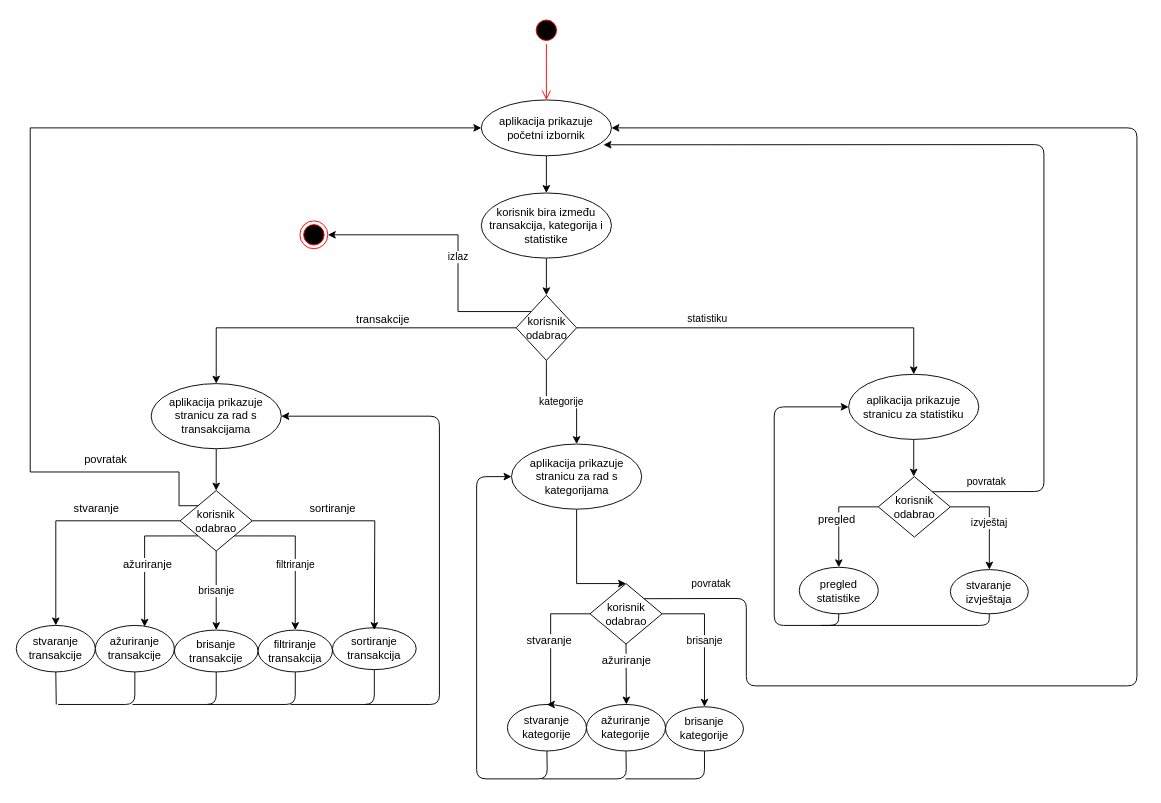
Earlier version of the draw.io diagram page "Aktivnosti" (2 of 4) of doc/aplikacija.drawio (avucak/upi_20_budget). Source tidied: cells renumbered, new cells numbered last; positions are measured from the earlier drawing's top-left corner, leaving out a move shared by most shapes. Both pictures are drawn from the tidied source at 93%, with x=0, y=0 at pixel (-26, 16).
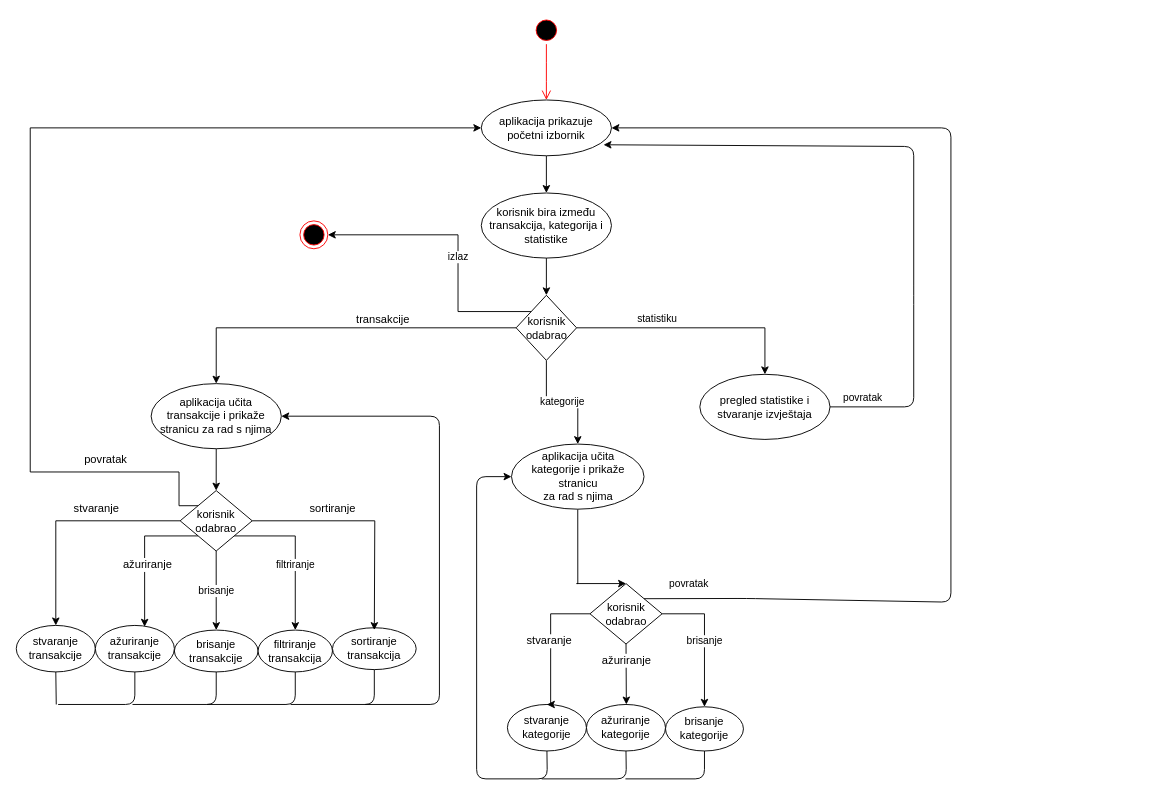
Above is the later version.

The change refers to these unchanged cells:
```xml
<mxCell id="6" value="aplikacija prikazuje početni izbornik" style="ellipse;whiteSpace=wrap;html=1;" parent="1" vertex="1">
  <mxGeometry x="545" y="90" width="140" height="60" as="geometry" />
</mxCell>
<mxCell id="49" value="korisnik&lt;br&gt;odabrao" style="rhombus;whiteSpace=wrap;html=1;" parent="1" vertex="1">
  <mxGeometry x="661.9" y="610" width="77.5" height="65" as="geometry" />
</mxCell>
```

What changed in the source:
```diff
@@
-    <mxCell id="18" value="aplikacija prikazuje stranicu za rad s transakcijama" style="ellipse;whiteSpace=wrap;html=1;" parent="1" vertex="1">
+    <mxCell id="18" value="aplikacija učita transakcije i prikaže stranicu za rad s njima" style="ellipse;whiteSpace=wrap;html=1;" parent="1" vertex="1">
       <mxGeometry x="190" y="395" width="140" height="70" as="geometry" />
     </mxCell>
@@
-    <mxCell id="20" value="aplikacija prikazuje stranicu za rad s kategorijama" style="ellipse;whiteSpace=wrap;html=1;" parent="1" vertex="1">
-      <mxGeometry x="577.5" y="460" width="140" height="70" as="geometry" />
+    <mxCell id="20" value="aplikacija učita &lt;br&gt;kategorije i&amp;nbsp;prikaže stranicu &lt;br&gt;za rad s njima" style="ellipse;whiteSpace=wrap;html=1;" parent="1" vertex="1">
+      <mxGeometry x="577.5" y="460" width="142.5" height="70" as="geometry" />
     </mxCell>
-    <mxCell id="21" style="edgeStyle=elbowEdgeStyle;rounded=0;jettySize=auto;html=1;exitX=0.5;exitY=1;exitDx=0;exitDy=0;entryX=0.5;entryY=0;entryDx=0;entryDy=0;" parent="1" edge="1" source="22" target="56">
-      <mxGeometry relative="1" as="geometry" />
-    </mxCell>
-    <mxCell id="22" value="aplikacija prikazuje stranicu za statistiku" style="ellipse;whiteSpace=wrap;html=1;" parent="1" vertex="1">
-      <mxGeometry x="940" y="385" width="140" height="70" as="geometry" />
+    <mxCell id="22" value="&lt;span style=&quot;white-space: normal&quot;&gt;pregled statistike i stvaranje izvještaja&lt;/span&gt;" style="ellipse;whiteSpace=wrap;html=1;" parent="1" vertex="1">
+      <mxGeometry x="780" y="385" width="140" height="70" as="geometry" />
     </mxCell>
@@
-    <mxCell id="52" value="pregled statistike" style="ellipse;whiteSpace=wrap;html=1;" parent="1" vertex="1">
-      <mxGeometry x="886.9" y="592.5" width="85" height="50" as="geometry" />
-    </mxCell>
-    <mxCell id="53" style="edgeStyle=orthogonalEdgeStyle;rounded=0;jettySize=auto;html=1;exitX=0;exitY=0.5;exitDx=0;exitDy=0;entryX=0.5;entryY=0;entryDx=0;entryDy=0;" parent="1" edge="1" source="56" target="52">
-      <mxGeometry relative="1" as="geometry">
-        <Array as="points">
-          <mxPoint x="929.6" y="528" />
-        </Array>
-      </mxGeometry>
-    </mxCell>
-    <mxCell id="54" value="pregled" style="text;html=1;align=center;verticalAlign=middle;labelBackgroundColor=#ffffff;" parent="53" vertex="1">
-      <mxGeometry x="-0.14" y="3" relative="1" as="geometry">
-        <mxPoint x="-5.5" y="9" as="offset" />
-      </mxGeometry>
-    </mxCell>
-    <mxCell id="55" value="izvještaj" style="edgeStyle=orthogonalEdgeStyle;rounded=0;jettySize=auto;html=1;exitX=1;exitY=0.5;exitDx=0;exitDy=0;" parent="1" edge="1" source="56" target="57">
-      <mxGeometry x="-0.23" y="-17" relative="1" as="geometry">
-        <mxPoint x="17" y="17" as="offset" />
-      </mxGeometry>
-    </mxCell>
-    <mxCell id="56" value="korisnik&lt;br&gt;odabrao" style="rhombus;whiteSpace=wrap;html=1;" parent="1" vertex="1">
-      <mxGeometry x="971.9" y="495" width="77.5" height="65" as="geometry" />
-    </mxCell>
-    <mxCell id="57" value="stvaranje izvještaja" style="ellipse;whiteSpace=wrap;html=1;" parent="1" vertex="1">
-      <mxGeometry x="1049.4" y="595" width="83.8" height="47.5" as="geometry" />
-    </mxCell>
@@
-    <mxCell id="61" style="endArrow=classic;html=1;exitX=0.5;exitY=1;exitDx=0;exitDy=0;entryX=0;entryY=0.5;entryDx=0;entryDy=0;" parent="1" edge="1" source="52" target="22">
-      <mxGeometry relative="1" as="geometry">
-        <Array as="points">
-          <mxPoint x="929" y="655" />
-          <mxPoint x="860" y="655" />
-          <mxPoint x="860" y="420" />
-        </Array>
-      </mxGeometry>
-    </mxCell>
-    <mxCell id="62" style="endArrow=none;html=1;entryX=0.5;entryY=1;entryDx=0;entryDy=0;" parent="1" edge="1" target="57">
-      <mxGeometry relative="1" as="geometry">
-        <mxPoint x="910" y="655" as="sourcePoint" />
-        <Array as="points">
-          <mxPoint x="1091" y="655" />
-        </Array>
-      </mxGeometry>
-    </mxCell>
     <mxCell id="63" value="povratak" style="endArrow=classic;html=1;exitX=1;exitY=0;exitDx=0;exitDy=0;entryX=1;entryY=0.5;entryDx=0;entryDy=0;" parent="1" edge="1" source="49" target="6">
       <mxGeometry x="-0.92" y="16" relative="1" as="geometry">
         <Array as="points">
           <mxPoint x="830" y="626" />
-          <mxPoint x="830" y="720" />
-          <mxPoint x="1250" y="720" />
-          <mxPoint x="1250" y="570" />
-          <mxPoint x="1250" y="120" />
+          <mxPoint x="1050" y="630" />
+          <mxPoint x="1050" y="120" />
         </Array>
       </mxGeometry>
     </mxCell>
-    <mxCell id="64" value="povratak" style="endArrow=classic;html=1;exitX=1;exitY=0;exitDx=0;exitDy=0;entryX=0.939;entryY=0.803;entryDx=0;entryDy=0;entryPerimeter=0;" parent="1" edge="1" source="56" target="6">
-      <mxGeometry x="-0.88" y="11" relative="1" as="geometry">
+    <mxCell id="64" value="povratak" style="endArrow=classic;html=1;exitX=1;exitY=0.5;exitDx=0;exitDy=0;entryX=0.939;entryY=0.803;entryDx=0;entryDy=0;entryPerimeter=0;" parent="1" edge="1" source="22" target="6">
+      <mxGeometry x="-0.9" y="10" relative="1" as="geometry">
         <Array as="points">
-          <mxPoint x="1150" y="511" />
-          <mxPoint x="1150" y="138" />
+          <mxPoint x="1010" y="420" />
+          <mxPoint x="1010" y="300" />
+          <mxPoint x="1010" y="140" />
         </Array>
       </mxGeometry>
     </mxCell>
```
